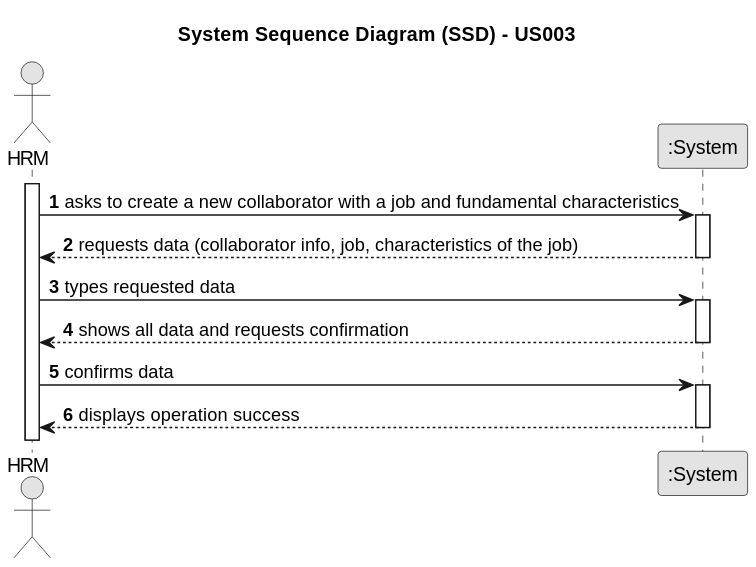
ricardomm7/leaflink keeps this PlantUML diagram as docs/sprintA/us003/01.requirements-engineering/svg/us003-system-sequence-diagram-alternative-one.svg. Above is the earlier version.
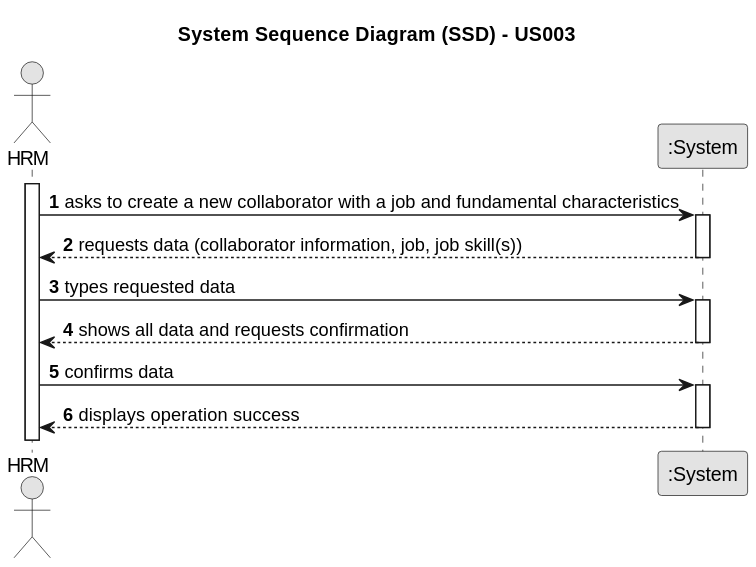
After the change.

The edit, as a diff of the source:
```diff
@@ -15,7 +15,7 @@
     HRM -> System : asks to create a new collaborator with a job and fundamental characteristics
     activate System
 
-        System --> HRM : requests data (collaborator info, job, characteristics of the job)
+        System --> HRM : requests data (collaborator information, job, job skill(s))
     deactivate System
 
     HRM -> System : types requested data
```
